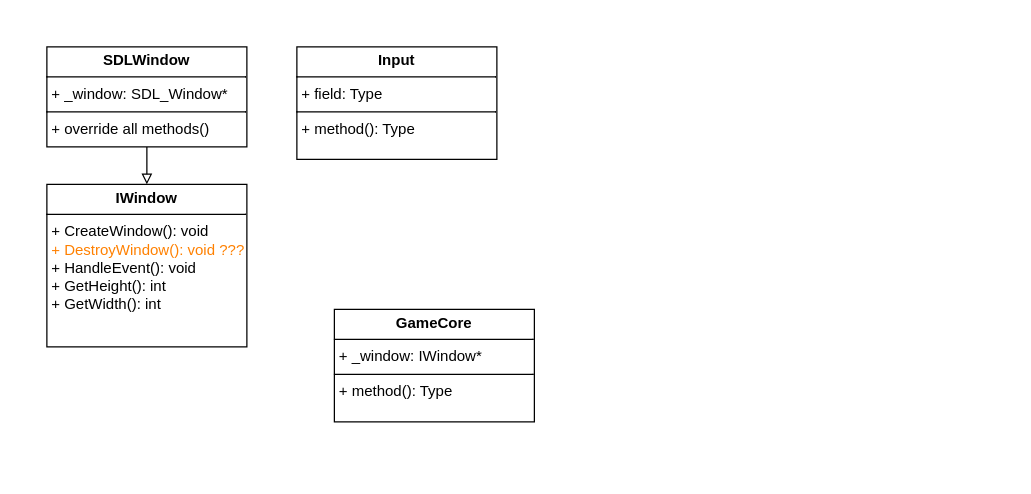
The draw.io diagram ProjectDiagram.drawio in Ultrasubmarine/EPet, before the edit. Source tidied: cells renumbered, new cells numbered last; positions are measured from the earlier drawing's top-left corner, leaving out a move shared by most shapes. Both pictures are drawn from the tidied source at 125%, with x=0, y=0 at pixel (46, 46).
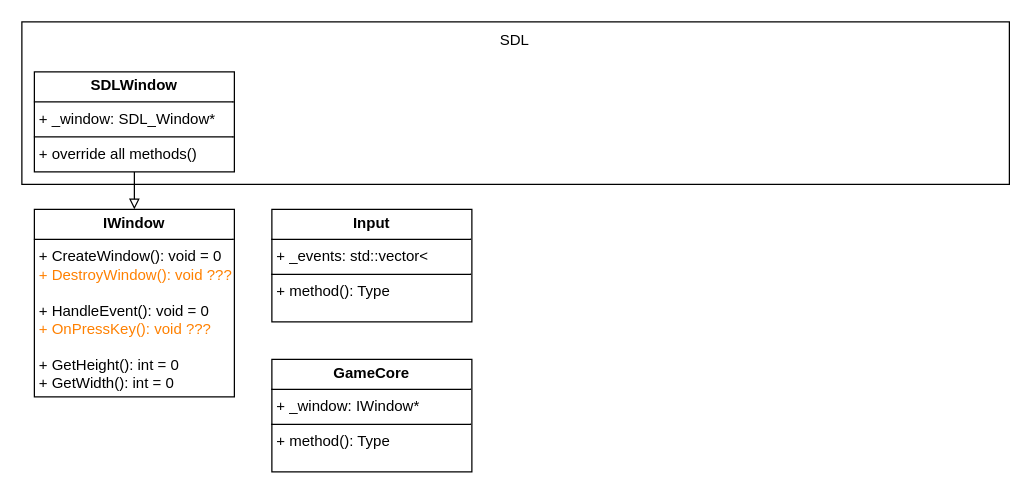
Above is the later version.

Change to the diagram source:
```diff
@@
 <mxGraphModel>
   <root>
     <mxCell id="0" />
     <mxCell id="1" parent="0" />
+    <mxCell id="7" style="rounded=0;whiteSpace=wrap;html=1;" parent="1" vertex="1">
+      <mxGeometry x="-20" y="-20" width="790" height="130" as="geometry" />
+    </mxCell>
-    <mxCell id="2" value="&lt;p style=&quot;margin:0px;margin-top:4px;text-align:center;&quot;&gt;&lt;b&gt;IWindow&lt;/b&gt;&lt;/p&gt;&lt;hr size=&quot;1&quot; style=&quot;border-style:solid;&quot;&gt;&lt;p style=&quot;margin:0px;margin-left:4px;&quot;&gt;+ CreateWindow(): void&lt;/p&gt;&lt;p style=&quot;margin:0px;margin-left:4px;&quot;&gt;&lt;font color=&quot;#ff8000&quot;&gt;+ DestroyWindow(): void ???&lt;/font&gt;&lt;/p&gt;&lt;p style=&quot;margin:0px;margin-left:4px;&quot;&gt;+ HandleEvent(): void&lt;/p&gt;&lt;p style=&quot;margin:0px;margin-left:4px;&quot;&gt;+ GetHeight(): int&lt;/p&gt;&lt;p style=&quot;margin:0px;margin-left:4px;&quot;&gt;+ GetWidth(): int&lt;/p&gt;" style="verticalAlign=top;align=left;overflow=fill;html=1;whiteSpace=wrap;" parent="1" vertex="1">
-      <mxGeometry y="110" width="160" height="130" as="geometry" />
+    <mxCell id="2" value="&lt;p style=&quot;margin:0px;margin-top:4px;text-align:center;&quot;&gt;&lt;b&gt;IWindow&lt;/b&gt;&lt;/p&gt;&lt;hr size=&quot;1&quot; style=&quot;border-style:solid;&quot;&gt;&lt;p style=&quot;margin:0px;margin-left:4px;&quot;&gt;+ CreateWindow(): void = 0&lt;/p&gt;&lt;p style=&quot;margin:0px;margin-left:4px;&quot;&gt;&lt;font color=&quot;#ff8000&quot;&gt;+ DestroyWindow(): void ???&lt;/font&gt;&lt;/p&gt;&lt;p style=&quot;margin:0px;margin-left:4px;&quot;&gt;&lt;font color=&quot;#ff8000&quot;&gt;&lt;br&gt;&lt;/font&gt;&lt;/p&gt;&lt;p style=&quot;margin:0px;margin-left:4px;&quot;&gt;+ HandleEvent(): void = 0&lt;/p&gt;&lt;p style=&quot;margin:0px;margin-left:4px;&quot;&gt;&lt;font color=&quot;#ff8000&quot;&gt;+ OnPressKey(): void ???&lt;/font&gt;&lt;/p&gt;&lt;p style=&quot;margin:0px;margin-left:4px;&quot;&gt;&amp;nbsp;&lt;/p&gt;&lt;p style=&quot;margin:0px;margin-left:4px;&quot;&gt;+ GetHeight(): int = 0&lt;/p&gt;&lt;p style=&quot;margin:0px;margin-left:4px;&quot;&gt;+ GetWidth(): int = 0&lt;/p&gt;" style="verticalAlign=top;align=left;overflow=fill;html=1;whiteSpace=wrap;" parent="1" vertex="1">
+      <mxGeometry x="-10" y="130" width="160" height="150" as="geometry" />
     </mxCell>
     <mxCell id="3" style="edgeStyle=orthogonalEdgeStyle;rounded=0;jettySize=auto;html=1;entryX=0.5;entryY=0;entryDx=0;entryDy=0;endArrow=block;endFill=0;" parent="1" edge="1" source="4" target="2">
       <mxGeometry relative="1" as="geometry" />
     </mxCell>
     <mxCell id="4" value="&lt;p style=&quot;margin:0px;margin-top:4px;text-align:center;&quot;&gt;&lt;b&gt;SDLWindow&lt;/b&gt;&lt;/p&gt;&lt;hr size=&quot;1&quot; style=&quot;border-style:solid;&quot;&gt;&lt;p style=&quot;margin:0px;margin-left:4px;&quot;&gt;+ _window: SDL_Window*&lt;/p&gt;&lt;hr size=&quot;1&quot; style=&quot;border-style:solid;&quot;&gt;&lt;p style=&quot;margin:0px;margin-left:4px;&quot;&gt;+ override all methods()&lt;/p&gt;" style="verticalAlign=top;align=left;overflow=fill;html=1;whiteSpace=wrap;" parent="1" vertex="1">
-      <mxGeometry width="160" height="80" as="geometry" />
+      <mxGeometry x="-10" y="20" width="160" height="80" as="geometry" />
     </mxCell>
     <mxCell id="5" value="&lt;p style=&quot;margin:0px;margin-top:4px;text-align:center;&quot;&gt;&lt;b&gt;GameCore&lt;/b&gt;&lt;/p&gt;&lt;hr size=&quot;1&quot; style=&quot;border-style:solid;&quot;&gt;&lt;p style=&quot;margin:0px;margin-left:4px;&quot;&gt;+ _window: IWindow*&lt;/p&gt;&lt;hr size=&quot;1&quot; style=&quot;border-style:solid;&quot;&gt;&lt;p style=&quot;margin:0px;margin-left:4px;&quot;&gt;+ method(): Type&lt;/p&gt;" style="verticalAlign=top;align=left;overflow=fill;html=1;whiteSpace=wrap;" parent="1" vertex="1">
-      <mxGeometry x="230" y="210" width="160" height="90" as="geometry" />
+      <mxGeometry x="180" y="250" width="160" height="90" as="geometry" />
     </mxCell>
-    <mxCell id="6" value="&lt;p style=&quot;margin:0px;margin-top:4px;text-align:center;&quot;&gt;&lt;b&gt;Input&lt;/b&gt;&lt;/p&gt;&lt;hr size=&quot;1&quot; style=&quot;border-style:solid;&quot;&gt;&lt;p style=&quot;margin:0px;margin-left:4px;&quot;&gt;+ field: Type&lt;/p&gt;&lt;hr size=&quot;1&quot; style=&quot;border-style:solid;&quot;&gt;&lt;p style=&quot;margin:0px;margin-left:4px;&quot;&gt;+ method(): Type&lt;/p&gt;" style="verticalAlign=top;align=left;overflow=fill;html=1;whiteSpace=wrap;" parent="1" vertex="1">
-      <mxGeometry x="200" width="160" height="90" as="geometry" />
+    <mxCell id="6" value="&lt;p style=&quot;margin:0px;margin-top:4px;text-align:center;&quot;&gt;&lt;b&gt;Input&lt;/b&gt;&lt;/p&gt;&lt;hr size=&quot;1&quot; style=&quot;border-style:solid;&quot;&gt;&lt;p style=&quot;margin:0px;margin-left:4px;&quot;&gt;+ _events: std::vector&amp;lt;&lt;/p&gt;&lt;hr size=&quot;1&quot; style=&quot;border-style:solid;&quot;&gt;&lt;p style=&quot;margin:0px;margin-left:4px;&quot;&gt;+ method(): Type&lt;/p&gt;" style="verticalAlign=top;align=left;overflow=fill;html=1;whiteSpace=wrap;" parent="1" vertex="1">
+      <mxGeometry x="180" y="130" width="160" height="90" as="geometry" />
     </mxCell>
+    <mxCell id="8" value="SDL" style="text;html=1;align=center;verticalAlign=middle;strokeColor=none;fillColor=none;" parent="1" vertex="1">
+      <mxGeometry x="349" y="-20" width="50" height="30" as="geometry" />
+    </mxCell>
   </root>
 </mxGraphModel>
```
